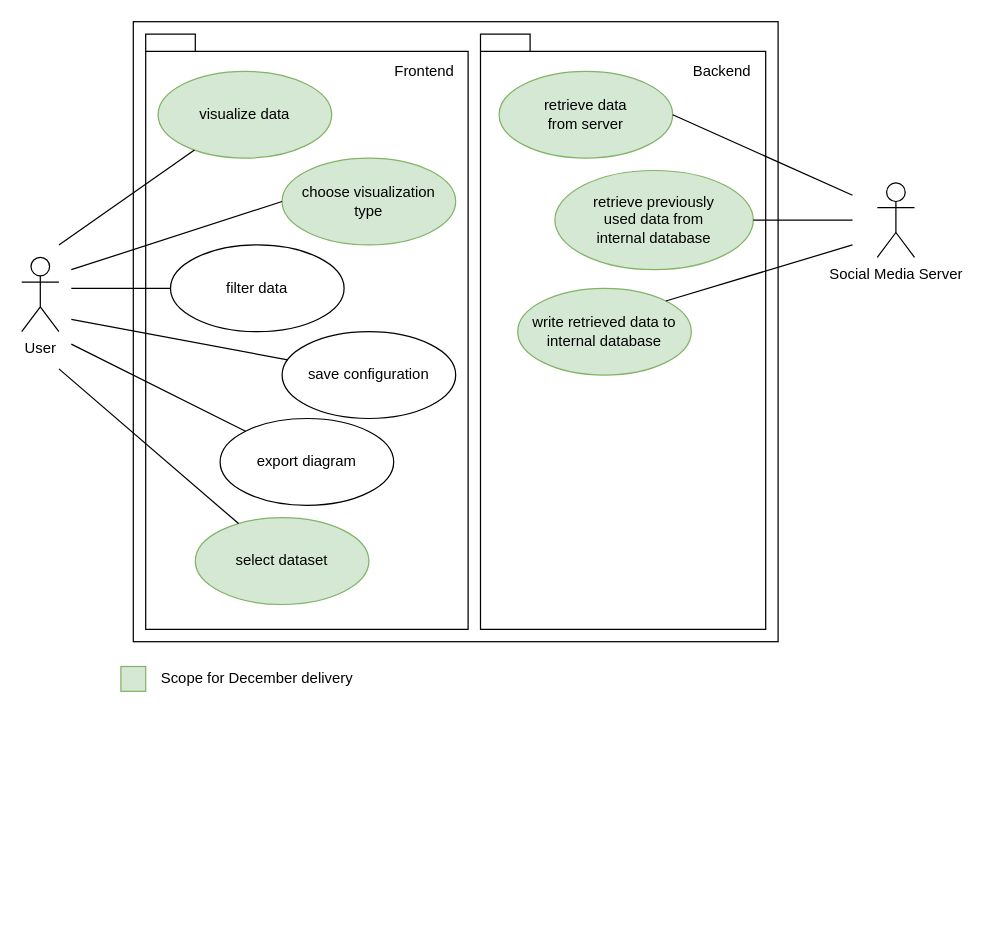
This is use_case_diagram.drawio from soshalyze/socialyze_doc, a draw.io file, before an edit. Source tidied: cells renumbered, new cells numbered last; positions are measured from the earlier drawing's top-left corner, leaving out a move shared by most shapes. Both pictures are drawn from the tidied source at 124%, with x=0, y=0 at pixel (21, 21).
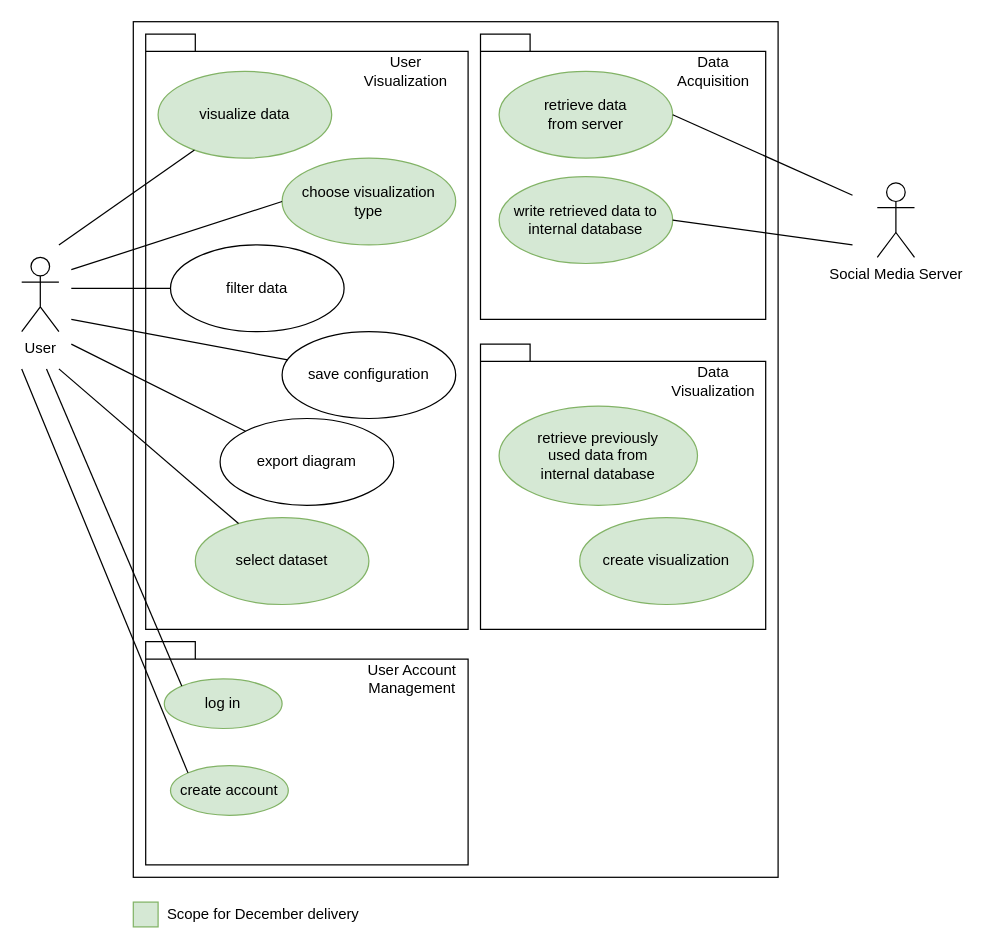
The same diagram, later.

Commit message (it also covers changes not shown here):
modified use case diagram packages

Change to the diagram source:
```diff
@@
     <mxCell id="2" style="rounded=0;whiteSpace=wrap;html=1;" parent="1" vertex="1">
-      <mxGeometry x="90" width="520" height="500" as="geometry" />
+      <mxGeometry x="90" width="520" height="690" as="geometry" />
     </mxCell>
@@
     <mxCell id="12" style="shape=folder;fontStyle=1;spacingTop=10;tabWidth=40;tabHeight=14;tabPosition=left;html=1;" parent="1" vertex="1">
-      <mxGeometry x="370" y="10" width="230" height="480" as="geometry" />
+      <mxGeometry x="370" y="10" width="230" height="230" as="geometry" />
     </mxCell>
@@
     <mxCell id="14" value="write retrieved data to internal database" style="ellipse;whiteSpace=wrap;html=1;fillColor=#d5e8d4;strokeColor=#82b366;" parent="1" vertex="1">
-      <mxGeometry x="400" y="215" width="140" height="70" as="geometry" />
+      <mxGeometry x="385" y="125" width="140" height="70" as="geometry" />
     </mxCell>
-    <mxCell id="15" value="&lt;div&gt;retrieve previously &lt;br&gt;&lt;/div&gt;&lt;div&gt;used data from&lt;/div&gt;&lt;div&gt;internal database&lt;br&gt;&lt;/div&gt;" style="ellipse;whiteSpace=wrap;html=1;fillColor=#d5e8d4;strokeColor=#82b366;" parent="1" vertex="1">
-      <mxGeometry x="430" y="120" width="160" height="80" as="geometry" />
-    </mxCell>
@@
-    <mxCell id="23" style="endArrow=none;html=1;entryX=1;entryY=0.5;entryDx=0;entryDy=0;" parent="1" edge="1" target="15">
-      <mxGeometry relative="1" as="geometry">
-        <mxPoint x="670" y="160" as="sourcePoint" />
-      </mxGeometry>
-    </mxCell>
-    <mxCell id="24" style="endArrow=none;html=1;entryX=1;entryY=0;entryDx=0;entryDy=0;" parent="1" edge="1" target="14">
+    <mxCell id="24" style="endArrow=none;html=1;entryX=1;entryY=0.5;entryDx=0;entryDy=0;" parent="1" edge="1" target="14">
       <mxGeometry relative="1" as="geometry">
         <mxPoint x="670" y="180" as="sourcePoint" />
       </mxGeometry>
     </mxCell>
     <mxCell id="25" style="rounded=0;whiteSpace=wrap;html=1;fillColor=#d5e8d4;strokeColor=#82b366;" parent="1" vertex="1">
-      <mxGeometry x="80" y="520" width="20" height="20" as="geometry" />
+      <mxGeometry x="90" y="710" width="20" height="20" as="geometry" />
     </mxCell>
     <mxCell id="26" value="Scope for December delivery" style="text;html=1;strokeColor=none;fillColor=none;align=center;verticalAlign=middle;whiteSpace=wrap;rounded=0;" parent="1" vertex="1">
-      <mxGeometry x="110" y="520" width="160" height="20" as="geometry" />
+      <mxGeometry x="115" y="710" width="160" height="20" as="geometry" />
     </mxCell>
-    <mxCell id="27" value="Frontend" style="text;html=1;strokeColor=none;fillColor=none;align=center;verticalAlign=middle;whiteSpace=wrap;rounded=0;" parent="1" vertex="1">
-      <mxGeometry x="300" y="30" width="50" height="20" as="geometry" />
+    <mxCell id="27" value="User Visualization" style="text;html=1;strokeColor=none;fillColor=none;align=center;verticalAlign=middle;whiteSpace=wrap;rounded=0;" parent="1" vertex="1">
+      <mxGeometry x="270" y="30" width="80" height="20" as="geometry" />
     </mxCell>
-    <mxCell id="28" value="Backend" style="text;html=1;strokeColor=none;fillColor=none;align=center;verticalAlign=middle;whiteSpace=wrap;rounded=0;" parent="1" vertex="1">
-      <mxGeometry x="540" y="30" width="50" height="20" as="geometry" />
+    <mxCell id="28" value="Data Acquisition" style="text;html=1;strokeColor=none;fillColor=none;align=center;verticalAlign=middle;whiteSpace=wrap;rounded=0;" parent="1" vertex="1">
+      <mxGeometry x="523" y="30" width="70" height="20" as="geometry" />
     </mxCell>
+    <mxCell id="29" style="shape=folder;fontStyle=1;spacingTop=10;tabWidth=40;tabHeight=14;tabPosition=left;html=1;" parent="1" vertex="1">
+      <mxGeometry x="370" y="260" width="230" height="230" as="geometry" />
+    </mxCell>
+    <mxCell id="30" value="Data Visualization" style="text;html=1;strokeColor=none;fillColor=none;align=center;verticalAlign=middle;whiteSpace=wrap;rounded=0;" parent="1" vertex="1">
+      <mxGeometry x="523" y="280" width="70" height="20" as="geometry" />
+    </mxCell>
+    <mxCell id="15" value="&lt;div&gt;retrieve previously &lt;br&gt;&lt;/div&gt;&lt;div&gt;used data from&lt;/div&gt;&lt;div&gt;internal database&lt;br&gt;&lt;/div&gt;" style="ellipse;whiteSpace=wrap;html=1;fillColor=#d5e8d4;strokeColor=#82b366;" parent="1" vertex="1">
+      <mxGeometry x="385" y="310" width="160" height="80" as="geometry" />
+    </mxCell>
+    <mxCell id="31" value="create visualization" style="ellipse;whiteSpace=wrap;html=1;fillColor=#d5e8d4;strokeColor=#82b366;" parent="1" vertex="1">
+      <mxGeometry x="450" y="400" width="140" height="70" as="geometry" />
+    </mxCell>
+    <mxCell id="32" style="shape=folder;fontStyle=1;spacingTop=10;tabWidth=40;tabHeight=14;tabPosition=left;html=1;" parent="1" vertex="1">
+      <mxGeometry x="100" y="500" width="260" height="180" as="geometry" />
+    </mxCell>
+    <mxCell id="33" value="log in" style="ellipse;whiteSpace=wrap;html=1;fillColor=#d5e8d4;strokeColor=#82b366;" parent="1" vertex="1">
+      <mxGeometry x="115" y="530" width="95" height="40" as="geometry" />
+    </mxCell>
+    <mxCell id="34" value="create account" style="ellipse;whiteSpace=wrap;html=1;fillColor=#d5e8d4;strokeColor=#82b366;" parent="1" vertex="1">
+      <mxGeometry x="120" y="600" width="95" height="40" as="geometry" />
+    </mxCell>
+    <mxCell id="35" value="User Account Management" style="text;html=1;strokeColor=none;fillColor=none;align=center;verticalAlign=middle;whiteSpace=wrap;rounded=0;" parent="1" vertex="1">
+      <mxGeometry x="275" y="520" width="80" height="20" as="geometry" />
+    </mxCell>
+    <mxCell id="36" style="endArrow=none;html=1;entryX=0;entryY=0;entryDx=0;entryDy=0;" parent="1" edge="1" target="33">
+      <mxGeometry relative="1" as="geometry">
+        <mxPoint x="20" y="280" as="sourcePoint" />
+      </mxGeometry>
+    </mxCell>
+    <mxCell id="37" style="endArrow=none;html=1;entryX=0;entryY=0;entryDx=0;entryDy=0;" parent="1" edge="1" target="34">
+      <mxGeometry relative="1" as="geometry">
+        <mxPoint y="280" as="sourcePoint" />
+      </mxGeometry>
+    </mxCell>
```
